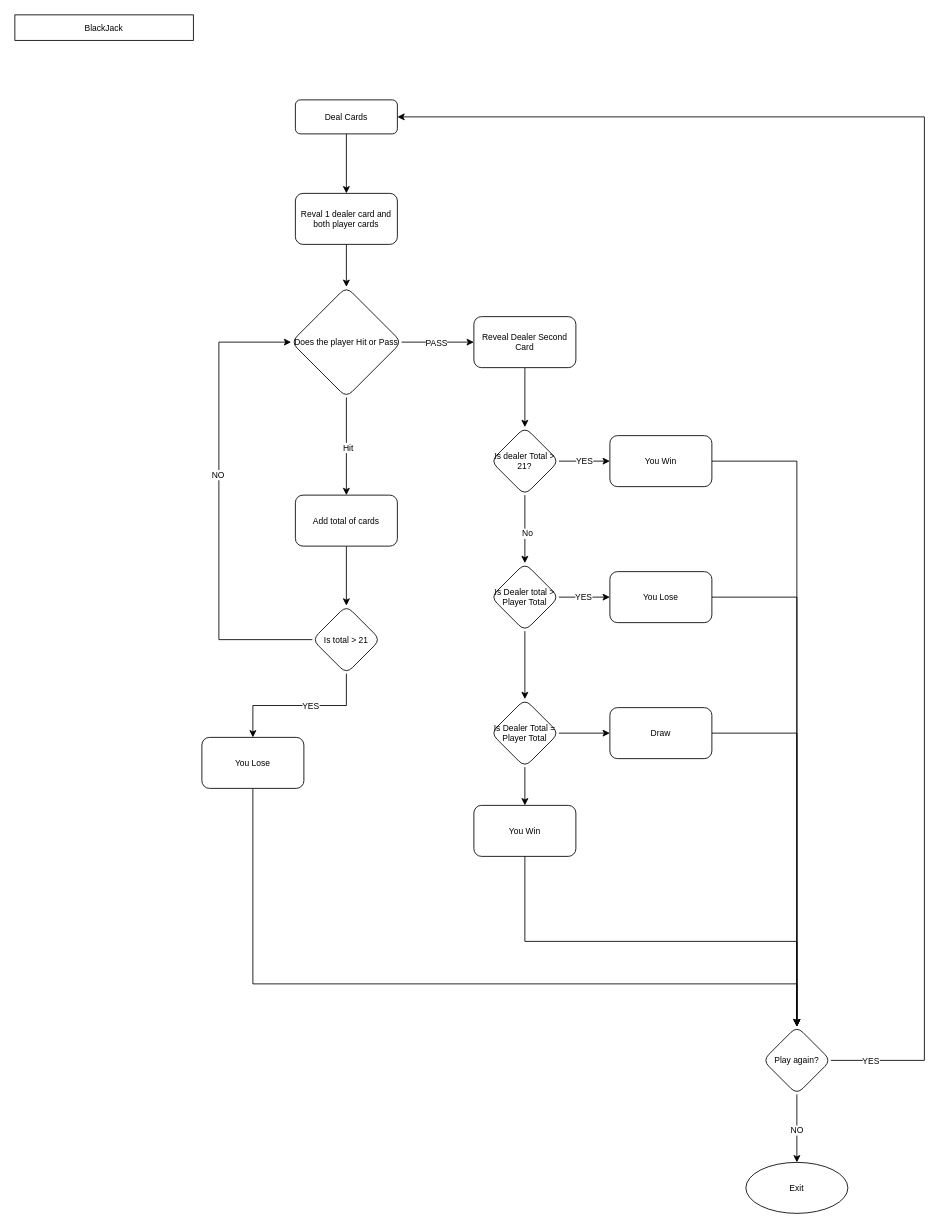
Before: Untitled Diagram.drawio in andoski99/andoski99, a draw.io diagram. Source tidied: cells renumbered, new cells numbered last; positions are measured from the earlier drawing's top-left corner, leaving out a move shared by most shapes. Both pictures are drawn from the tidied source at 85%, with x=0, y=0 at pixel (14, 14).
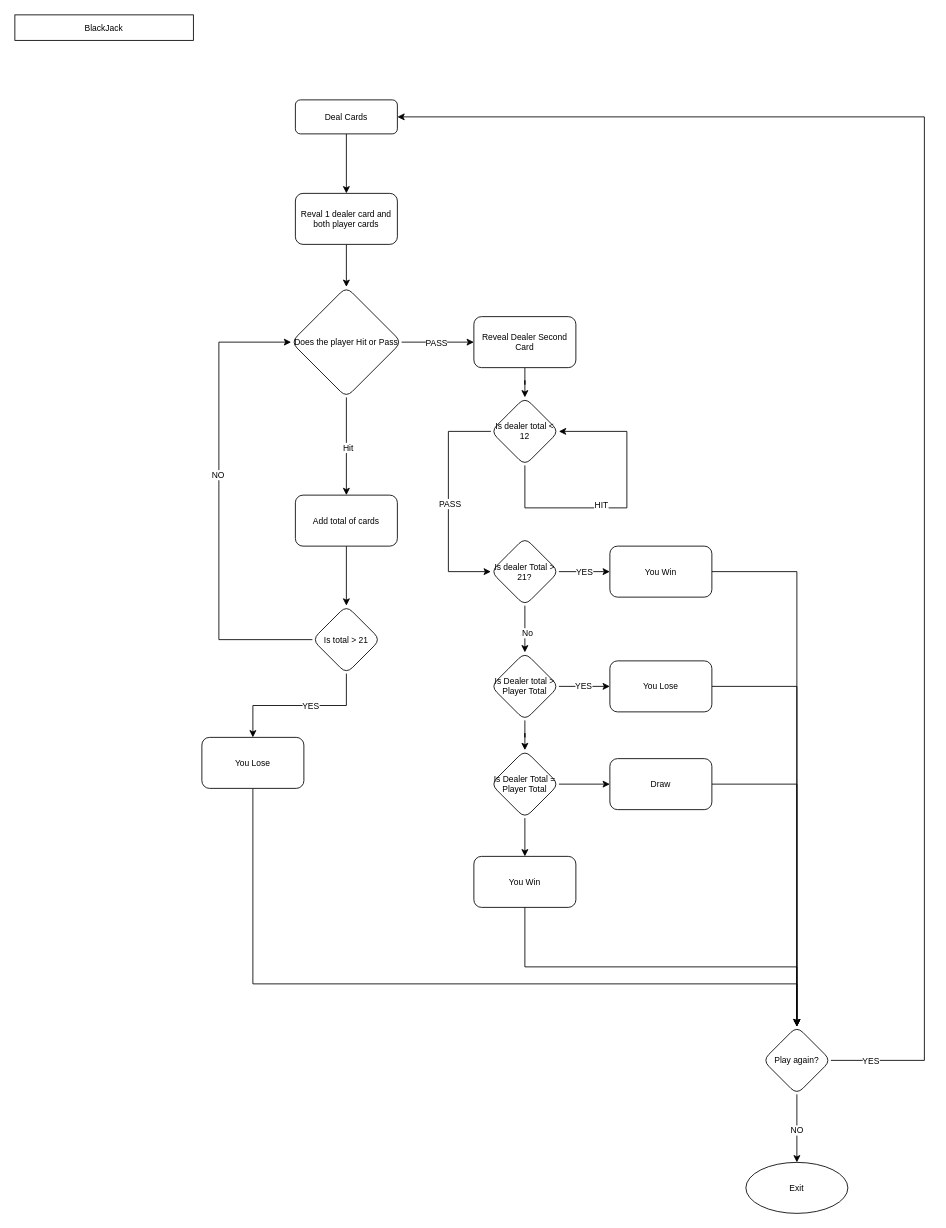
Above is the later version.

Unchanged cells that the change refers to:
```xml
<mxCell id="22" value="Reveal Dealer Second Card" style="whiteSpace=wrap;html=1;rounded=1;glass=0;strokeWidth=1;shadow=0;fontSize=10;" parent="1" vertex="1">
  <mxGeometry x="540" y="355" width="120" height="60" as="geometry" />
</mxCell>
```

What changed in the source:
```diff
@@
-    <mxCell id="21" style="edgeStyle=orthogonalEdgeStyle;rounded=0;jettySize=auto;html=1;fontSize=10;" parent="1" edge="1" source="22" target="26">
-      <mxGeometry relative="1" as="geometry" />
-    </mxCell>
+    <mxCell id="48" style="edgeStyle=orthogonalEdgeStyle;rounded=0;jettySize=auto;html=1;fontSize=10;" parent="1" edge="1" source="22" target="53">
+      <mxGeometry relative="1" as="geometry" />
+    </mxCell>
@@
     <mxCell id="26" value="&lt;font style=&quot;font-size: 10px;&quot;&gt;Is dealer Total &amp;gt; 21?&lt;/font&gt;" style="rhombus;whiteSpace=wrap;html=1;rounded=1;glass=0;strokeWidth=1;shadow=0;fontSize=10;" parent="1" vertex="1">
-      <mxGeometry x="560" y="485" width="80" height="80" as="geometry" />
+      <mxGeometry x="560" y="615" width="80" height="80" as="geometry" />
     </mxCell>
@@
     <mxCell id="30" value="&lt;font style=&quot;font-size: 10px;&quot;&gt;Is Dealer total &amp;gt; Player Total&lt;/font&gt;" style="rhombus;whiteSpace=wrap;html=1;rounded=1;glass=0;strokeWidth=1;shadow=0;fontSize=10;" parent="1" vertex="1">
-      <mxGeometry x="560" y="645" width="80" height="80" as="geometry" />
+      <mxGeometry x="560" y="750" width="80" height="80" as="geometry" />
     </mxCell>
     <mxCell id="31" value="You Win" style="whiteSpace=wrap;html=1;rounded=1;glass=0;strokeWidth=1;shadow=0;fontSize=10;" parent="1" vertex="1">
-      <mxGeometry x="700" y="495" width="120" height="60" as="geometry" />
+      <mxGeometry x="700" y="625" width="120" height="60" as="geometry" />
     </mxCell>
@@
     <mxCell id="33" value="You Lose" style="whiteSpace=wrap;html=1;rounded=1;glass=0;strokeWidth=1;shadow=0;fontSize=10;" parent="1" vertex="1">
-      <mxGeometry x="700" y="655" width="120" height="60" as="geometry" />
+      <mxGeometry x="700" y="760" width="120" height="60" as="geometry" />
     </mxCell>
@@
     <mxCell id="36" value="&lt;font style=&quot;font-size: 10px;&quot;&gt;Is Dealer Total = Player Total&lt;/font&gt;" style="rhombus;whiteSpace=wrap;html=1;rounded=1;glass=0;strokeWidth=1;shadow=0;fontSize=10;" parent="1" vertex="1">
-      <mxGeometry x="560" y="805" width="80" height="80" as="geometry" />
+      <mxGeometry x="560" y="865" width="80" height="80" as="geometry" />
     </mxCell>
@@
     <mxCell id="38" value="Draw" style="whiteSpace=wrap;html=1;rounded=1;glass=0;strokeWidth=1;shadow=0;fontSize=10;" parent="1" vertex="1">
-      <mxGeometry x="700" y="815" width="120" height="60" as="geometry" />
+      <mxGeometry x="700" y="875" width="120" height="60" as="geometry" />
     </mxCell>
     <mxCell id="39" value="You Win" style="whiteSpace=wrap;html=1;rounded=1;glass=0;strokeWidth=1;shadow=0;fontSize=10;" parent="1" vertex="1">
-      <mxGeometry x="540" y="930" width="120" height="60" as="geometry" />
+      <mxGeometry x="540" y="990" width="120" height="60" as="geometry" />
     </mxCell>
@@
+    <mxCell id="49" style="edgeStyle=orthogonalEdgeStyle;rounded=0;orthogonalLoop=1;jettySize=auto;html=1;fontSize=10;exitX=0.5;exitY=1;exitDx=0;exitDy=0;entryX=1;entryY=0.5;entryDx=0;entryDy=0;" parent="1" edge="1" source="53" target="53">
+      <mxGeometry relative="1" as="geometry">
+        <Array as="points">
+          <mxPoint x="600" y="580" />
+          <mxPoint x="720" y="580" />
+          <mxPoint x="720" y="490" />
+        </Array>
+      </mxGeometry>
+    </mxCell>
+    <mxCell id="50" value="HIT" style="edgeLabel;html=1;align=center;verticalAlign=middle;fontSize=10;" parent="49" vertex="1">
+      <mxGeometry x="-0.18" y="4" relative="1" as="geometry" />
+    </mxCell>
+    <mxCell id="51" style="edgeStyle=orthogonalEdgeStyle;rounded=0;jettySize=auto;html=1;entryX=0;entryY=0.5;entryDx=0;entryDy=0;fontSize=10;" parent="1" edge="1" source="53" target="26">
+      <mxGeometry relative="1" as="geometry">
+        <Array as="points">
+          <mxPoint x="510" y="490" />
+          <mxPoint x="510" y="655" />
+        </Array>
+      </mxGeometry>
+    </mxCell>
+    <mxCell id="52" value="PASS" style="edgeLabel;html=1;align=center;verticalAlign=middle;fontSize=10;" parent="51" vertex="1">
+      <mxGeometry x="0.01" y="1" relative="1" as="geometry" />
+    </mxCell>
+    <mxCell id="53" value="Is dealer total &amp;lt; 12" style="rhombus;whiteSpace=wrap;html=1;fontSize=10;rounded=1;glass=0;strokeWidth=1;shadow=0;" parent="1" vertex="1">
+      <mxGeometry x="560" y="450" width="80" height="80" as="geometry" />
+    </mxCell>
```
